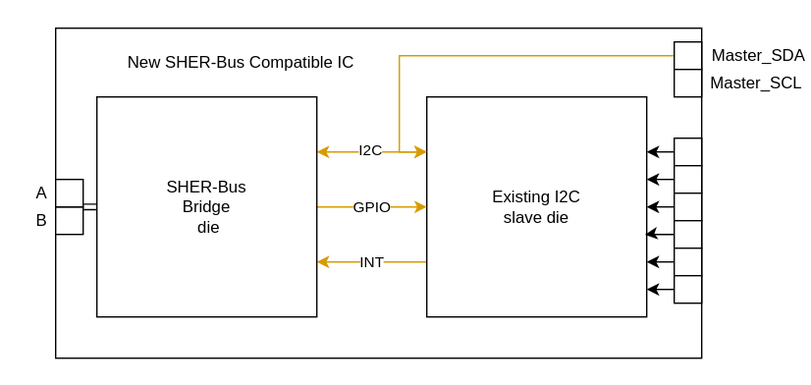
cdg66/BUS_figures keeps this draw.io diagram as Intergrated_bridge.svg. Above is the earlier version. Source tidied: cells renumbered, new cells last; positions are measured from the earlier drawing's top-left corner, leaving out a move shared by most shapes.
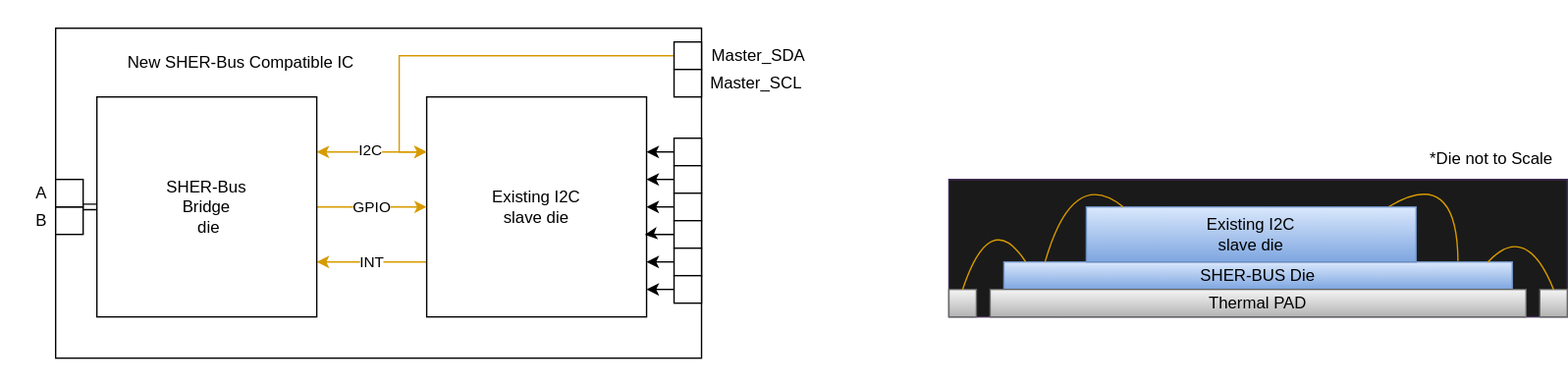
Later version of the same file.

What changed in the source:
```diff
@@ -2,6 +2,9 @@
   <root>
     <mxCell id="0" />
     <mxCell id="1" parent="0" />
+    <mxCell id="33" style="rounded=0;whiteSpace=wrap;html=1;fillColor=#1A1A1A;strokeColor=#432D57;fontColor=#ffffff;" parent="1" vertex="1">
+      <mxGeometry x="690" y="130" width="450" height="100" as="geometry" />
+    </mxCell>
     <mxCell id="2" style="rounded=0;whiteSpace=wrap;html=1;strokeColor=none;" parent="1" vertex="1">
       <mxGeometry x="20" width="570" height="280" as="geometry" />
     </mxCell>
@@ -98,5 +101,53 @@
         <mxPoint x="70" y="150" as="targetPoint" />
       </mxGeometry>
     </mxCell>
+    <mxCell id="34" value="SHER-BUS Die" style="rounded=0;whiteSpace=wrap;html=1;fillColor=#dae8fc;gradientColor=#7ea6e0;strokeColor=#6c8ebf;" parent="1" vertex="1">
+      <mxGeometry x="730" y="190" width="370" height="20" as="geometry" />
+    </mxCell>
+    <mxCell id="35" value="&lt;div&gt;Existing I2C&lt;/div&gt;&lt;div&gt;slave die&lt;/div&gt;" style="rounded=0;whiteSpace=wrap;html=1;fillColor=#dae8fc;gradientColor=#7ea6e0;strokeColor=#6c8ebf;" parent="1" vertex="1">
+      <mxGeometry x="790" y="150" width="240" height="40" as="geometry" />
+    </mxCell>
+    <mxCell id="36" style="whiteSpace=wrap;html=1;fillColor=#f5f5f5;gradientColor=#b3b3b3;strokeColor=#666666;" parent="1" vertex="1">
+      <mxGeometry x="1120" y="210" width="20" height="20" as="geometry" />
+    </mxCell>
+    <mxCell id="37" style="whiteSpace=wrap;html=1;fillColor=#f5f5f5;gradientColor=#b3b3b3;strokeColor=#666666;" parent="1" vertex="1">
+      <mxGeometry x="690" y="210" width="20" height="20" as="geometry" />
+    </mxCell>
+    <mxCell id="38" value="*Die not to Scale" style="text;html=1;strokeColor=none;fillColor=none;align=center;verticalAlign=middle;whiteSpace=wrap;rounded=0;" parent="1" vertex="1">
+      <mxGeometry x="1030" y="105" width="110" height="20" as="geometry" />
+    </mxCell>
+    <mxCell id="39" style="endArrow=none;html=1;curved=1;exitX=0.077;exitY=-0.014;exitDx=0;exitDy=0;exitPerimeter=0;entryX=0.106;entryY=-0.005;entryDx=0;entryDy=0;entryPerimeter=0;fillColor=#ffe6cc;strokeColor=#d79b00;" parent="1" edge="1">
+      <mxGeometry relative="1" as="geometry">
+        <mxPoint x="760" y="190" as="sourcePoint" />
+        <mxPoint x="817" y="150.1" as="targetPoint" />
+        <Array as="points">
+          <mxPoint x="780" y="120" />
+        </Array>
+      </mxGeometry>
+    </mxCell>
+    <mxCell id="40" style="endArrow=none;html=1;curved=1;entryX=0.043;entryY=0.001;entryDx=0;entryDy=0;entryPerimeter=0;exitX=0.5;exitY=0;exitDx=0;exitDy=0;fillColor=#ffe6cc;strokeColor=#d79b00;" parent="1" edge="1" source="37" target="34">
+      <mxGeometry relative="1" as="geometry">
+        <Array as="points">
+          <mxPoint x="720" y="150" />
+        </Array>
+      </mxGeometry>
+    </mxCell>
+    <mxCell id="41" style="endArrow=none;html=1;entryX=0.893;entryY=-0.033;entryDx=0;entryDy=0;entryPerimeter=0;exitX=0.918;exitY=-0.008;exitDx=0;exitDy=0;exitPerimeter=0;curved=1;fillColor=#ffe6cc;strokeColor=#d79b00;" parent="1" edge="1" source="35" target="34">
+      <mxGeometry relative="1" as="geometry">
+        <Array as="points">
+          <mxPoint x="1060" y="120" />
+        </Array>
+      </mxGeometry>
+    </mxCell>
+    <mxCell id="42" value="Thermal PAD" style="rounded=0;whiteSpace=wrap;html=1;fillColor=#f5f5f5;gradientColor=#b3b3b3;strokeColor=#666666;" parent="1" vertex="1">
+      <mxGeometry x="720" y="210" width="390" height="20" as="geometry" />
+    </mxCell>
+    <mxCell id="43" style="endArrow=none;html=1;curved=1;entryX=0.5;entryY=0;entryDx=0;entryDy=0;exitX=0.951;exitY=0.02;exitDx=0;exitDy=0;exitPerimeter=0;fillColor=#ffe6cc;strokeColor=#d79b00;" parent="1" edge="1" source="34" target="36">
+      <mxGeometry relative="1" as="geometry">
+        <Array as="points">
+          <mxPoint x="1110" y="160" />
+        </Array>
+      </mxGeometry>
+    </mxCell>
   </root>
 </mxGraphModel>
```
